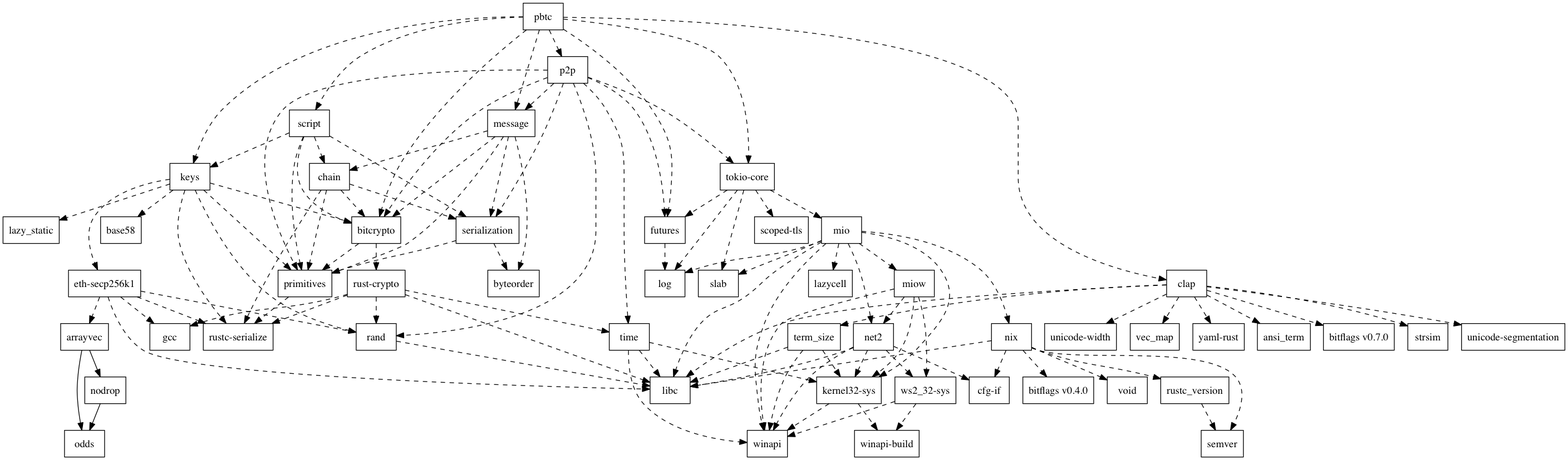
Above: tools/graph.png in paritytech/parity-bitcoin (Graphviz), before the change. Its source is kept beside it as tools/graph.dot.
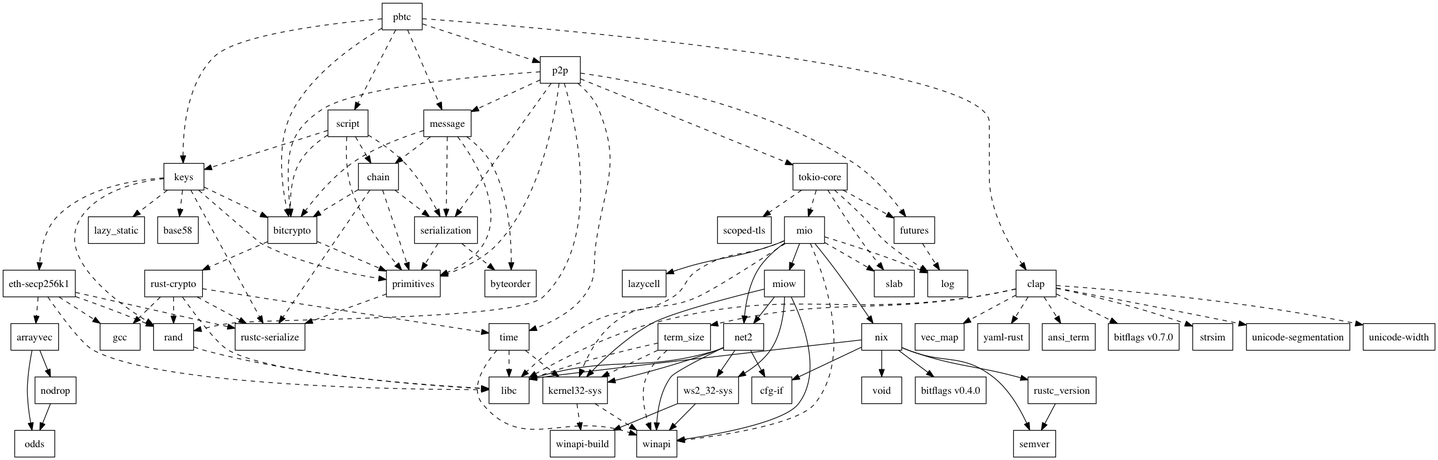
Above is the later version.

What changed in the source:
```diff
@@ -2,52 +2,52 @@
 	N0[label="pbtc",shape=box];
 	N1[label="bitcrypto",shape=box];
 	N2[label="clap",shape=box];
-	N3[label="futures",shape=box];
-	N4[label="keys",shape=box];
-	N5[label="message",shape=box];
-	N6[label="p2p",shape=box];
-	N7[label="script",shape=box];
-	N8[label="tokio-core",shape=box];
-	N9[label="ansi_term",shape=box];
-	N10[label="arrayvec",shape=box];
-	N11[label="nodrop",shape=box];
-	N12[label="odds",shape=box];
-	N13[label="base58",shape=box];
-	N14[label="primitives",shape=box];
-	N15[label="rust-crypto",shape=box];
-	N16[label="bitflags v0.4.0",shape=box];
-	N17[label="bitflags v0.7.0",shape=box];
-	N18[label="byteorder",shape=box];
-	N19[label="cfg-if",shape=box];
-	N20[label="chain",shape=box];
-	N21[label="rustc-serialize",shape=box];
-	N22[label="serialization",shape=box];
-	N23[label="libc",shape=box];
-	N24[label="strsim",shape=box];
-	N25[label="term_size",shape=box];
-	N26[label="unicode-segmentation",shape=box];
-	N27[label="unicode-width",shape=box];
-	N28[label="vec_map",shape=box];
-	N29[label="yaml-rust",shape=box];
-	N30[label="eth-secp256k1",shape=box];
-	N31[label="gcc",shape=box];
-	N32[label="rand",shape=box];
-	N33[label="log",shape=box];
-	N34[label="kernel32-sys",shape=box];
-	N35[label="winapi",shape=box];
-	N36[label="winapi-build",shape=box];
-	N37[label="lazy_static",shape=box];
-	N38[label="lazycell",shape=box];
-	N39[label="mio",shape=box];
-	N40[label="miow",shape=box];
-	N41[label="net2",shape=box];
-	N42[label="nix",shape=box];
-	N43[label="slab",shape=box];
-	N44[label="ws2_32-sys",shape=box];
-	N45[label="rustc_version",shape=box];
-	N46[label="semver",shape=box];
-	N47[label="void",shape=box];
-	N48[label="time",shape=box];
+	N3[label="keys",shape=box];
+	N4[label="message",shape=box];
+	N5[label="p2p",shape=box];
+	N6[label="script",shape=box];
+	N7[label="ansi_term",shape=box];
+	N8[label="arrayvec",shape=box];
+	N9[label="nodrop",shape=box];
+	N10[label="odds",shape=box];
+	N11[label="base58",shape=box];
+	N12[label="primitives",shape=box];
+	N13[label="rust-crypto",shape=box];
+	N14[label="bitflags v0.4.0",shape=box];
+	N15[label="bitflags v0.7.0",shape=box];
+	N16[label="byteorder",shape=box];
+	N17[label="cfg-if",shape=box];
+	N18[label="chain",shape=box];
+	N19[label="rustc-serialize",shape=box];
+	N20[label="serialization",shape=box];
+	N21[label="libc",shape=box];
+	N22[label="strsim",shape=box];
+	N23[label="term_size",shape=box];
+	N24[label="unicode-segmentation",shape=box];
+	N25[label="unicode-width",shape=box];
+	N26[label="vec_map",shape=box];
+	N27[label="yaml-rust",shape=box];
+	N28[label="eth-secp256k1",shape=box];
+	N29[label="gcc",shape=box];
+	N30[label="rand",shape=box];
+	N31[label="futures",shape=box];
+	N32[label="log",shape=box];
+	N33[label="kernel32-sys",shape=box];
+	N34[label="winapi",shape=box];
+	N35[label="winapi-build",shape=box];
+	N36[label="lazy_static",shape=box];
+	N37[label="lazycell",shape=box];
+	N38[label="mio",shape=box];
+	N39[label="miow",shape=box];
+	N40[label="net2",shape=box];
+	N41[label="nix",shape=box];
+	N42[label="slab",shape=box];
+	N43[label="ws2_32-sys",shape=box];
+	N44[label="rustc_version",shape=box];
+	N45[label="semver",shape=box];
+	N46[label="void",shape=box];
+	N47[label="time",shape=box];
+	N48[label="tokio-core",shape=box];
 	N49[label="scoped-tls",shape=box];
 	N0 -> N1[label="",style=dashed];
 	N0 -> N2[label="",style=dashed];
@@ -55,104 +55,102 @@
 	N0 -> N4[label="",style=dashed];
 	N0 -> N5[label="",style=dashed];
 	N0 -> N6[label="",style=dashed];
-	N0 -> N7[label="",style=dashed];
-	N0 -> N8[label="",style=dashed];
-	N1 -> N14[label="",style=dashed];
-	N1 -> N15[label="",style=dashed];
-	N2 -> N9[label="",style=dashed];
-	N2 -> N17[label="",style=dashed];
+	N1 -> N12[label="",style=dashed];
+	N1 -> N13[label="",style=dashed];
+	N2 -> N7[label="",style=dashed];
+	N2 -> N15[label="",style=dashed];
+	N2 -> N21[label="",style=dashed];
+	N2 -> N22[label="",style=dashed];
 	N2 -> N23[label="",style=dashed];
 	N2 -> N24[label="",style=dashed];
 	N2 -> N25[label="",style=dashed];
 	N2 -> N26[label="",style=dashed];
 	N2 -> N27[label="",style=dashed];
-	N2 -> N28[label="",style=dashed];
-	N2 -> N29[label="",style=dashed];
-	N3 -> N33[label="",style=dashed];
+	N3 -> N1[label="",style=dashed];
+	N3 -> N11[label="",style=dashed];
+	N3 -> N12[label="",style=dashed];
+	N3 -> N19[label="",style=dashed];
+	N3 -> N28[label="",style=dashed];
+	N3 -> N30[label="",style=dashed];
+	N3 -> N36[label="",style=dashed];
 	N4 -> N1[label="",style=dashed];
-	N4 -> N13[label="",style=dashed];
-	N4 -> N14[label="",style=dashed];
-	N4 -> N21[label="",style=dashed];
-	N4 -> N30[label="",style=dashed];
-	N4 -> N32[label="",style=dashed];
-	N4 -> N37[label="",style=dashed];
+	N4 -> N12[label="",style=dashed];
+	N4 -> N16[label="",style=dashed];
+	N4 -> N18[label="",style=dashed];
+	N4 -> N20[label="",style=dashed];
 	N5 -> N1[label="",style=dashed];
-	N5 -> N14[label="",style=dashed];
-	N5 -> N18[label="",style=dashed];
+	N5 -> N4[label="",style=dashed];
+	N5 -> N12[label="",style=dashed];
 	N5 -> N20[label="",style=dashed];
-	N5 -> N22[label="",style=dashed];
+	N5 -> N30[label="",style=dashed];
+	N5 -> N31[label="",style=dashed];
+	N5 -> N47[label="",style=dashed];
+	N5 -> N48[label="",style=dashed];
 	N6 -> N1[label="",style=dashed];
 	N6 -> N3[label="",style=dashed];
-	N6 -> N5[label="",style=dashed];
-	N6 -> N8[label="",style=dashed];
-	N6 -> N14[label="",style=dashed];
-	N6 -> N22[label="",style=dashed];
-	N6 -> N32[label="",style=dashed];
-	N6 -> N48[label="",style=dashed];
-	N7 -> N1[label="",style=dashed];
-	N7 -> N4[label="",style=dashed];
-	N7 -> N14[label="",style=dashed];
-	N7 -> N20[label="",style=dashed];
-	N7 -> N22[label="",style=dashed];
-	N8 -> N3[label="",style=dashed];
-	N8 -> N33[label="",style=dashed];
-	N8 -> N39[label="",style=dashed];
-	N8 -> N43[label="",style=dashed];
-	N8 -> N49[label="",style=dashed];
-	N10 -> N11[label=""];
-	N10 -> N12[label=""];
-	N11 -> N12[label=""];
-	N14 -> N21[label="",style=dashed];
-	N15 -> N21[label="",style=dashed];
-	N15 -> N23[label="",style=dashed];
-	N15 -> N31[label="",style=dashed];
-	N15 -> N32[label="",style=dashed];
-	N15 -> N48[label="",style=dashed];
-	N20 -> N1[label="",style=dashed];
-	N20 -> N14[label="",style=dashed];
-	N20 -> N21[label="",style=dashed];
-	N20 -> N22[label="",style=dashed];
-	N22 -> N14[label="",style=dashed];
-	N22 -> N18[label="",style=dashed];
-	N25 -> N23[label="",style=dashed];
-	N25 -> N34[label="",style=dashed];
-	N25 -> N35[label="",style=dashed];
-	N30 -> N10[label="",style=dashed];
+	N6 -> N12[label="",style=dashed];
+	N6 -> N18[label="",style=dashed];
+	N6 -> N20[label="",style=dashed];
+	N8 -> N9[label=""];
+	N8 -> N10[label=""];
+	N9 -> N10[label=""];
+	N12 -> N19[label="",style=dashed];
+	N13 -> N19[label="",style=dashed];
+	N13 -> N21[label="",style=dashed];
+	N13 -> N29[label="",style=dashed];
+	N13 -> N30[label="",style=dashed];
+	N13 -> N47[label="",style=dashed];
+	N18 -> N1[label="",style=dashed];
+	N18 -> N12[label="",style=dashed];
+	N18 -> N19[label="",style=dashed];
+	N18 -> N20[label="",style=dashed];
+	N20 -> N12[label="",style=dashed];
+	N20 -> N16[label="",style=dashed];
+	N23 -> N21[label="",style=dashed];
+	N23 -> N33[label="",style=dashed];
+	N23 -> N34[label="",style=dashed];
+	N28 -> N8[label="",style=dashed];
+	N28 -> N19[label="",style=dashed];
+	N28 -> N21[label="",style=dashed];
+	N28 -> N29[label="",style=dashed];
+	N28 -> N30[label="",style=dashed];
 	N30 -> N21[label="",style=dashed];
-	N30 -> N23[label="",style=dashed];
-	N30 -> N31[label="",style=dashed];
-	N30 -> N32[label="",style=dashed];
-	N32 -> N23[label="",style=dashed];
-	N34 -> N35[label="",style=dashed];
-	N34 -> N36[label="",style=dashed];
-	N39 -> N23[label="",style=dashed];
-	N39 -> N33[label="",style=dashed];
-	N39 -> N34[label="",style=dashed];
-	N39 -> N35[label="",style=dashed];
-	N39 -> N38[label="",style=dashed];
-	N39 -> N40[label="",style=dashed];
-	N39 -> N41[label="",style=dashed];
-	N39 -> N42[label="",style=dashed];
-	N39 -> N43[label="",style=dashed];
-	N40 -> N34[label="",style=dashed];
-	N40 -> N35[label="",style=dashed];
-	N40 -> N41[label="",style=dashed];
-	N40 -> N44[label="",style=dashed];
-	N41 -> N19[label="",style=dashed];
-	N41 -> N23[label="",style=dashed];
-	N41 -> N34[label="",style=dashed];
-	N41 -> N35[label="",style=dashed];
-	N41 -> N44[label="",style=dashed];
-	N42 -> N16[label="",style=dashed];
-	N42 -> N19[label="",style=dashed];
-	N42 -> N23[label="",style=dashed];
-	N42 -> N45[label="",style=dashed];
-	N42 -> N46[label="",style=dashed];
-	N42 -> N47[label="",style=dashed];
-	N44 -> N35[label="",style=dashed];
-	N44 -> N36[label="",style=dashed];
-	N45 -> N46[label="",style=dashed];
-	N48 -> N23[label="",style=dashed];
-	N48 -> N34[label="",style=dashed];
-	N48 -> N35[label="",style=dashed];
+	N31 -> N32[label="",style=dashed];
+	N33 -> N34[label="",style=dashed];
+	N33 -> N35[label="",style=dashed];
+	N38 -> N21[label="",style=dashed];
+	N38 -> N32[label="",style=dashed];
+	N38 -> N33[label="",style=dashed];
+	N38 -> N34[label="",style=dashed];
+	N38 -> N37[label=""];
+	N38 -> N39[label=""];
+	N38 -> N40[label=""];
+	N38 -> N41[label=""];
+	N38 -> N42[label="",style=dashed];
+	N39 -> N33[label=""];
+	N39 -> N34[label=""];
+	N39 -> N40[label=""];
+	N39 -> N43[label=""];
+	N40 -> N17[label=""];
+	N40 -> N21[label=""];
+	N40 -> N33[label=""];
+	N40 -> N34[label=""];
+	N40 -> N43[label=""];
+	N41 -> N14[label=""];
+	N41 -> N17[label=""];
+	N41 -> N21[label=""];
+	N41 -> N44[label=""];
+	N41 -> N45[label=""];
+	N41 -> N46[label=""];
+	N43 -> N34[label=""];
+	N43 -> N35[label=""];
+	N44 -> N45[label=""];
+	N47 -> N21[label="",style=dashed];
+	N47 -> N33[label="",style=dashed];
+	N47 -> N34[label="",style=dashed];
+	N48 -> N31[label="",style=dashed];
+	N48 -> N32[label="",style=dashed];
+	N48 -> N38[label="",style=dashed];
+	N48 -> N42[label="",style=dashed];
+	N48 -> N49[label="",style=dashed];
 }
```
